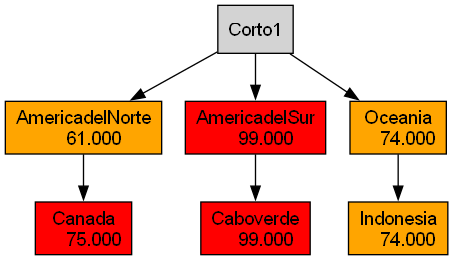
This is automata.png from DiegVas/-LFP-2S24Proyecto1_202300638, a Graphviz export, as it was before one commit. Its source is kept beside it as automata.dot.
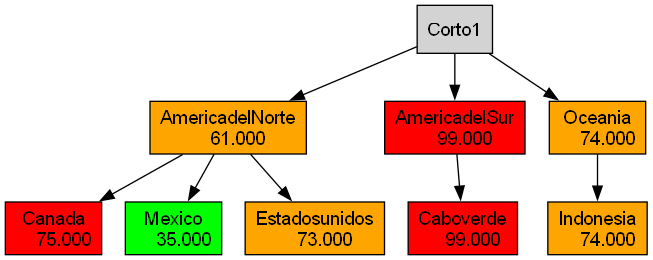
The same file after the commit.

Diff of the diagram source:
```diff
@@ -1,15 +1,19 @@
 digraph G {
 node [shape=box, style=filled, fontname="Arial"];
 AmericadelNorte [label="AmericadelNorte\n    61.000" , fillcolor=orange    ];
-Corto1  -> AmericadelNorte
+"Corto1"  -> AmericadelNorte
 Canada [label="Canada\n    75.000" , fillcolor=red       ];
 AmericadelNorte -> Canada
+Mexico [label="Mexico\n    35.000" , fillcolor=green     ];
+AmericadelNorte -> Mexico
+Estadosunidos [label="Estadosunidos\n    73.000" , fillcolor=orange    ];
+AmericadelNorte -> Estadosunidos
 AmericadelSur [label="AmericadelSur\n    99.000" , fillcolor=red       ];
-Corto1  -> AmericadelSur
+"Corto1"  -> AmericadelSur
 Caboverde [label="Caboverde\n    99.000" , fillcolor=red       ];
 AmericadelSur -> Caboverde
 Oceania [label="Oceania\n    74.000" , fillcolor=orange    ];
-Corto1  -> Oceania
+"Corto1"  -> Oceania
 Indonesia [label="Indonesia\n    74.000" , fillcolor=orange    ];
 Oceania -> Indonesia
 }
```
